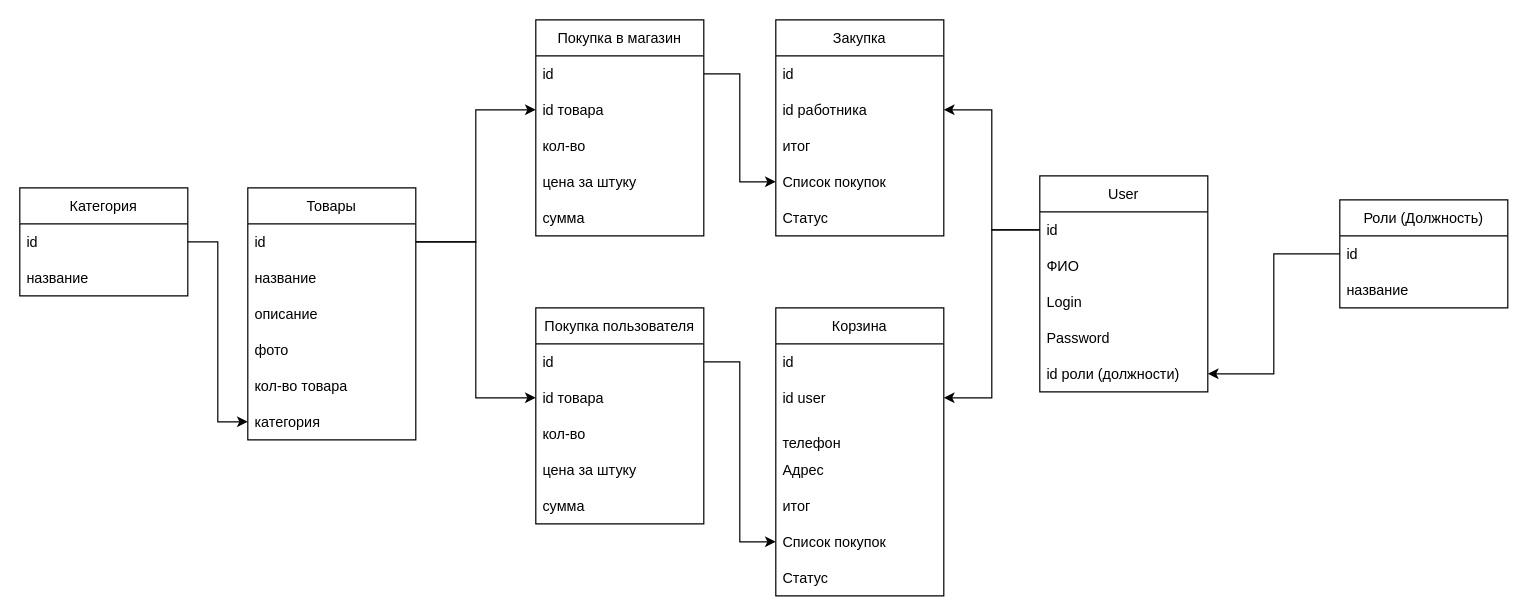
The draw.io diagram Untitled Diagram.drawio in G-genius/shopAPI_ANIMALS, before the edit. Source tidied: cells renumbered, new cells numbered last; positions are measured from the earlier drawing's top-left corner, leaving out a move shared by most shapes. Both pictures are drawn from the tidied source at 120%, with x=0, y=0 at pixel (19, 19).
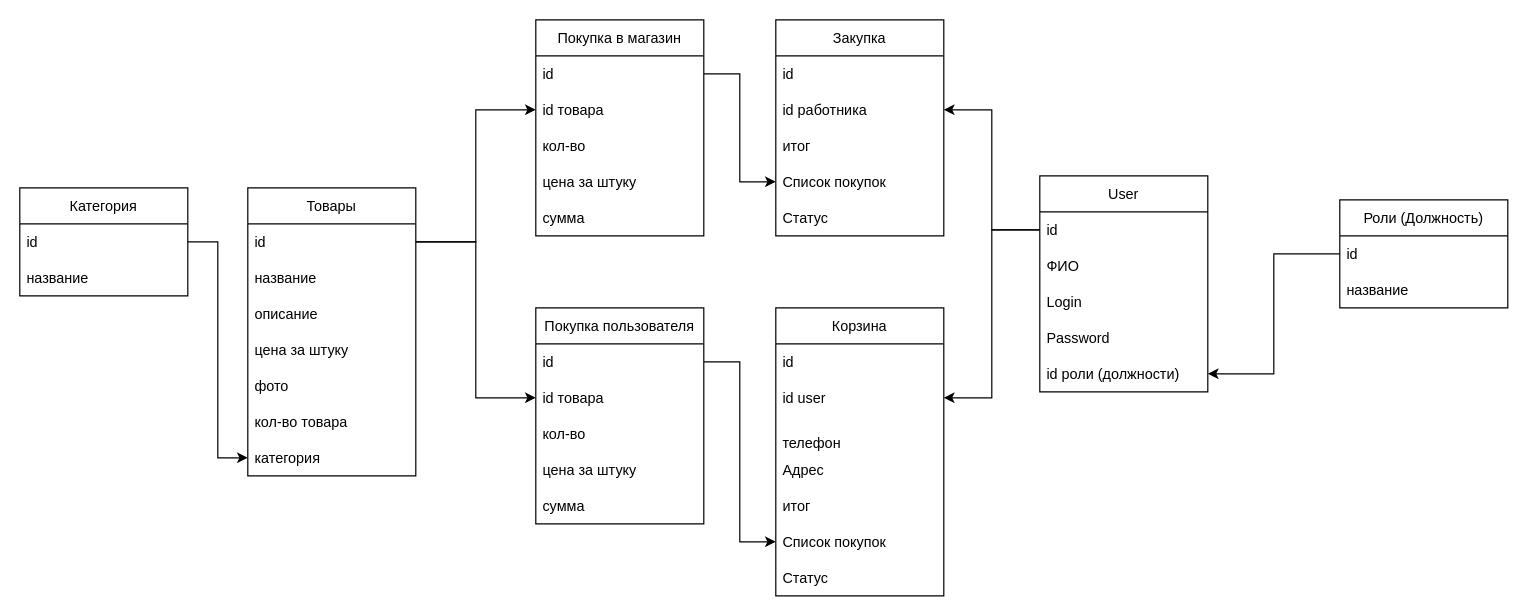
The same diagram, later.

Commit message:
Обновление ER-диаграммы ч.2

Change to the diagram source:
```diff
@@
     <mxCell id="8" value="Товары" style="swimlane;fontStyle=0;horizontal=1;startSize=30;" parent="1" vertex="1">
-      <mxGeometry x="190" y="140" width="140" height="210" as="geometry" />
+      <mxGeometry x="190" y="140" width="140" height="240" as="geometry" />
     </mxCell>
@@
+    <mxCell id="55" value="цена за штуку" style="text;strokeColor=none;fillColor=none;align=left;verticalAlign=middle;spacingLeft=4;spacingRight=4;overflow=hidden;" parent="8" vertex="1">
+      <mxGeometry y="120" width="140" height="30" as="geometry" />
+    </mxCell>
     <mxCell id="12" value="фото" style="text;strokeColor=none;fillColor=none;align=left;verticalAlign=middle;spacingLeft=4;spacingRight=4;overflow=hidden;" parent="8" vertex="1">
-      <mxGeometry y="120" width="140" height="30" as="geometry" />
+      <mxGeometry y="150" width="140" height="30" as="geometry" />
     </mxCell>
     <mxCell id="13" value="кол-во товара" style="text;strokeColor=none;fillColor=none;align=left;verticalAlign=middle;spacingLeft=4;spacingRight=4;overflow=hidden;" parent="8" vertex="1">
-      <mxGeometry y="150" width="140" height="30" as="geometry" />
+      <mxGeometry y="180" width="140" height="30" as="geometry" />
     </mxCell>
     <mxCell id="14" value="категория" style="text;strokeColor=none;fillColor=none;align=left;verticalAlign=middle;spacingLeft=4;spacingRight=4;overflow=hidden;points=[[0,0.5],[1,0.5]];portConstraint=eastwest;" parent="8" vertex="1">
-      <mxGeometry y="180" width="140" height="30" as="geometry" />
+      <mxGeometry y="210" width="140" height="30" as="geometry" />
     </mxCell>
```
